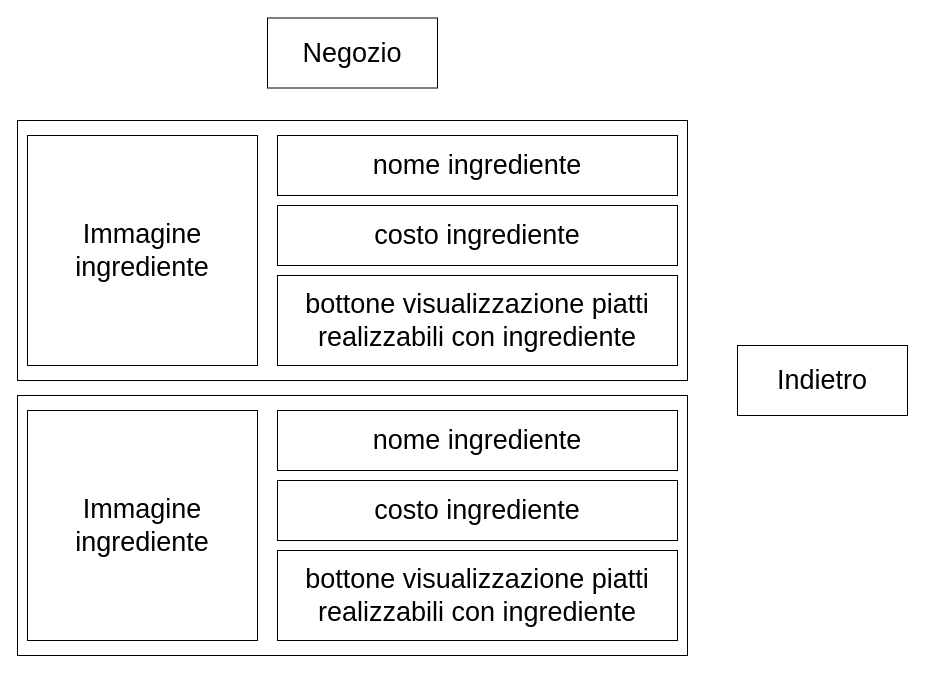
Earlier version of the draw.io diagram doc/Progetti Drawio/PrototipoInterazioneConNegozio.drawio (zSavT/Healthy-Catering). Source tidied: cells renumbered, new cells numbered last; positions are measured from the earlier drawing's top-left corner, leaving out a move shared by most shapes. Both pictures are drawn from the tidied source at 100%, with x=0, y=0 at pixel (17, 17).
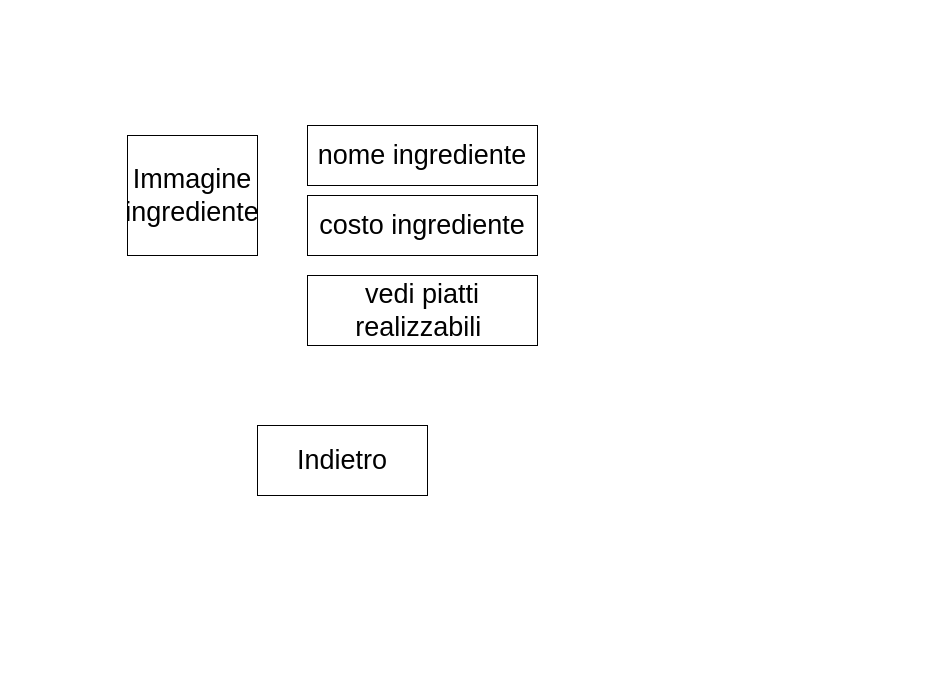
Above is the later version.

Change to the diagram source:
```diff
@@
 <mxGraphModel>
   <root>
     <mxCell id="0" />
     <mxCell id="1" parent="0" />
-    <mxCell id="2" value="Negozio" style="rounded=0;whiteSpace=wrap;html=1;fontSize=27;" parent="1" vertex="1">
-      <mxGeometry x="250" y="0.5" width="170" height="70" as="geometry" />
-    </mxCell>
-    <mxCell id="3" style="whiteSpace=wrap;html=1;" parent="1" vertex="1">
-      <mxGeometry y="103" width="670" height="260" as="geometry" />
-    </mxCell>
     <mxCell id="4" value="costo ingrediente" style="rounded=0;whiteSpace=wrap;html=1;fontSize=27;" parent="1" vertex="1">
-      <mxGeometry x="260" y="188" width="400" height="60" as="geometry" />
+      <mxGeometry x="290" y="178" width="230" height="60" as="geometry" />
     </mxCell>
-    <mxCell id="5" value="bottone visualizzazione piatti realizzabili con ingrediente" style="rounded=0;whiteSpace=wrap;html=1;fontSize=27;" parent="1" vertex="1">
-      <mxGeometry x="260" y="258" width="400" height="90" as="geometry" />
+    <mxCell id="5" value="vedi piatti realizzabili&amp;nbsp;" style="rounded=0;whiteSpace=wrap;html=1;fontSize=27;" parent="1" vertex="1">
+      <mxGeometry x="290" y="258" width="230" height="70" as="geometry" />
     </mxCell>
     <mxCell id="6" value="Immagine ingrediente" style="rounded=0;whiteSpace=wrap;html=1;fontSize=27;" parent="1" vertex="1">
-      <mxGeometry x="10" y="118" width="230" height="230" as="geometry" />
+      <mxGeometry x="110" y="118" width="130" height="120" as="geometry" />
     </mxCell>
     <mxCell id="7" value="nome ingrediente" style="rounded=0;whiteSpace=wrap;html=1;fontSize=27;" parent="1" vertex="1">
-      <mxGeometry x="260" y="118" width="400" height="60" as="geometry" />
+      <mxGeometry x="290" y="108" width="230" height="60" as="geometry" />
     </mxCell>
-    <mxCell id="8" style="whiteSpace=wrap;html=1;" parent="1" vertex="1">
-      <mxGeometry y="378" width="670" height="260" as="geometry" />
-    </mxCell>
-    <mxCell id="9" value="costo ingrediente" style="rounded=0;whiteSpace=wrap;html=1;fontSize=27;" parent="1" vertex="1">
-      <mxGeometry x="260" y="463" width="400" height="60" as="geometry" />
-    </mxCell>
-    <mxCell id="10" value="bottone visualizzazione piatti realizzabili con ingrediente" style="rounded=0;whiteSpace=wrap;html=1;fontSize=27;" parent="1" vertex="1">
-      <mxGeometry x="260" y="533" width="400" height="90" as="geometry" />
-    </mxCell>
-    <mxCell id="11" value="Immagine ingrediente" style="rounded=0;whiteSpace=wrap;html=1;fontSize=27;" parent="1" vertex="1">
-      <mxGeometry x="10" y="393" width="230" height="230" as="geometry" />
-    </mxCell>
-    <mxCell id="12" value="nome ingrediente" style="rounded=0;whiteSpace=wrap;html=1;fontSize=27;" parent="1" vertex="1">
-      <mxGeometry x="260" y="393" width="400" height="60" as="geometry" />
-    </mxCell>
     <mxCell id="13" value="Indietro" style="rounded=0;whiteSpace=wrap;html=1;fontSize=27;" parent="1" vertex="1">
-      <mxGeometry x="720" y="328" width="170" height="70" as="geometry" />
+      <mxGeometry x="240" y="408" width="170" height="70" as="geometry" />
     </mxCell>
   </root>
 </mxGraphModel>
```
